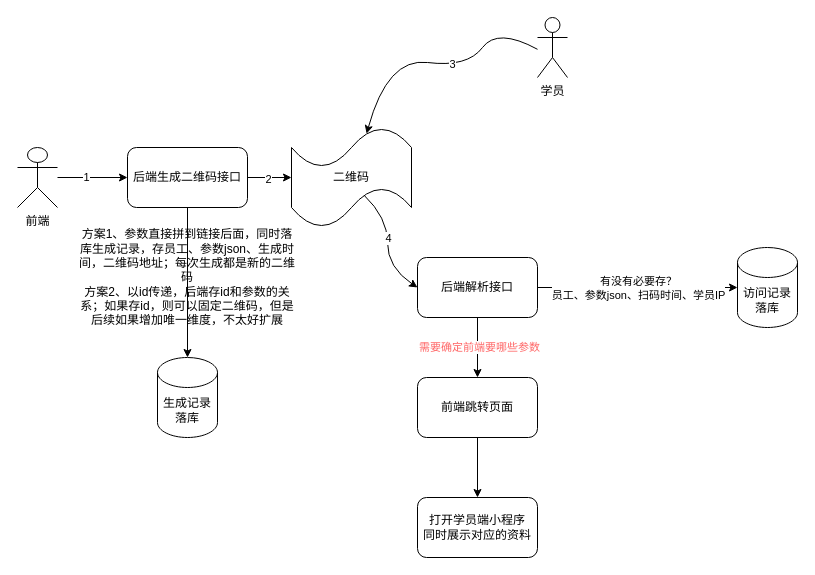
The draw.io diagram 轻学一期扫码逻辑.drawio in me-Minion/draw, before the edit. Source tidied: cells renumbered, new cells numbered last; positions are measured from the earlier drawing's top-left corner, leaving out a move shared by most shapes. Both pictures are drawn from the tidied source at 100%, with x=0, y=0 at pixel (17, 17).
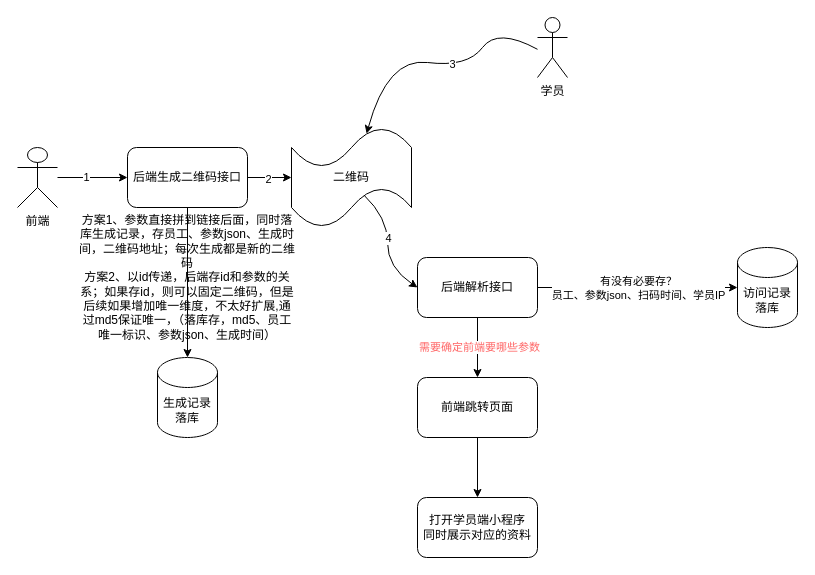
The same page after the edit.

Commit message (it also covers changes not shown here):
更新轻学一期扫码逻辑.drawio

Change to the diagram source:
```diff
@@
-    <mxCell id="21" value="方案1、参数直接拼到链接后面，同时落库生成记录，存员工、参数json、生成时间，二维码地址；每次生成都是新的二维码&lt;br&gt;方案2、以id传递，后端存id和参数的关系；如果存id，则可以固定二维码，但是后续如果增加唯一维度，不太好扩展" style="text;html=1;strokeColor=none;fillColor=none;align=center;verticalAlign=middle;whiteSpace=wrap;rounded=0;" parent="1" vertex="1">
+    <mxCell id="21" value="方案1、参数直接拼到链接后面，同时落库生成记录，存员工、参数json、生成时间，二维码地址；每次生成都是新的二维码&lt;br&gt;方案2、以id传递，后端存id和参数的关系；如果存id，则可以固定二维码，但是后续如果增加唯一维度，不太好扩展,通过md5保证唯一，（落库存，md5、员工唯一标识、参数json、生成时间）" style="text;html=1;strokeColor=none;fillColor=none;align=center;verticalAlign=middle;whiteSpace=wrap;rounded=0;" parent="1" vertex="1">
       <mxGeometry x="60" y="240" width="220" height="40" as="geometry" />
     </mxCell>
```
